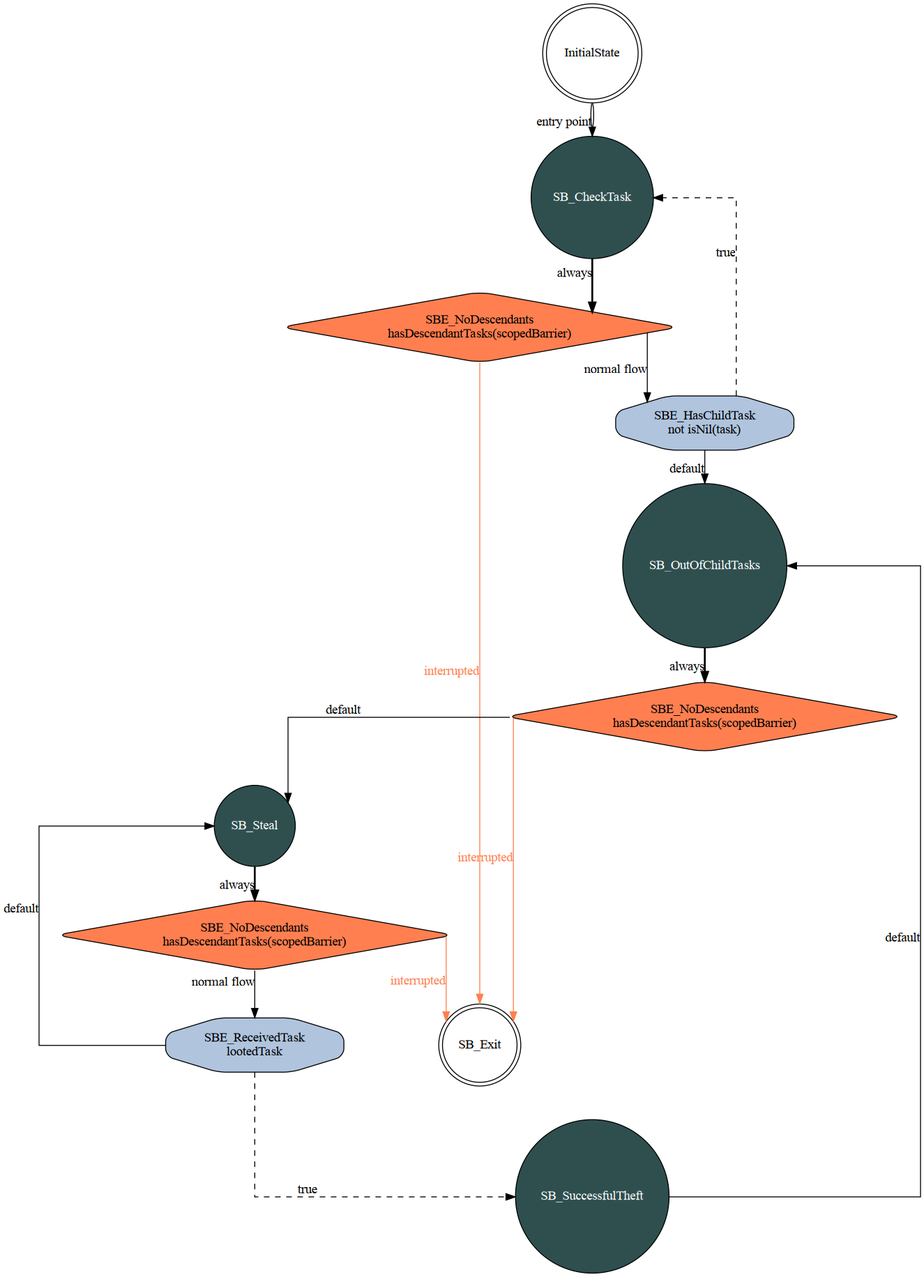
Before: weave/state_machines/sync_scope.png, a diagram exported from Graphviz (mratsim/weave). Its source is kept beside it as weave/state_machines/sync_scope.dot. Its diagram source:
```dot
digraph syncScopeFSA{
    splines=ortho;
    node [shape = doublecircle]; InitialState SB_Exit;
    node [shape = circle, fontcolor=white, fillcolor=darkslategrey, style="filled"]; SB_CheckTask SB_Steal SB_SuccessfulTheft SB_OutOfChildTasks;
    InitialState -> SB_CheckTask [color="black:invis:black", xlabel="entry point"];
    node [shape = octagon, fontcolor=black, fillcolor=lightsteelblue, style="rounded,filled"]; SB_CheckTask_SBE_HasChildTask SB_Steal_SBE_ReceivedTask ;
    node [shape = diamond, fontcolor=black, fillcolor=coral, style="rounded,filled"]; SB_CheckTask_SBE_NoDescendants SB_Steal_SBE_NoDescendants SB_OutOfChildTasks_SBE_NoDescendants ;
    SB_CheckTask_SBE_HasChildTask [label="SBE_HasChildTask\nnot isNil(task)"];
    SB_Steal_SBE_ReceivedTask [label="SBE_ReceivedTask\nlootedTask"];
    SB_CheckTask_SBE_NoDescendants [label="SBE_NoDescendants\nhasDescendantTasks(scopedBarrier)"];
    SB_Steal_SBE_NoDescendants [label="SBE_NoDescendants\nhasDescendantTasks(scopedBarrier)"];
    SB_OutOfChildTasks_SBE_NoDescendants [label="SBE_NoDescendants\nhasDescendantTasks(scopedBarrier)"];
    SB_CheckTask -> SB_CheckTask_SBE_NoDescendants[style=bold, xlabel="always"];
    SB_CheckTask_SBE_NoDescendants -> SB_Exit [color="coral", fontcolor="coral", xlabel="interrupted"];
    SB_CheckTask_SBE_NoDescendants -> SB_CheckTask_SBE_HasChildTask[xlabel="normal flow"];
    SB_CheckTask_SBE_HasChildTask -> SB_CheckTask [style=dashed, xlabel="true"];
    SB_CheckTask_SBE_HasChildTask -> SB_OutOfChildTasks [xlabel="default"];
    SB_Steal -> SB_Steal_SBE_NoDescendants[style=bold, xlabel="always"];
    SB_Steal_SBE_NoDescendants -> SB_Exit [color="coral", fontcolor="coral", xlabel="interrupted"];
    SB_Steal_SBE_NoDescendants -> SB_Steal_SBE_ReceivedTask[xlabel="normal flow"];
    SB_Steal_SBE_ReceivedTask -> SB_SuccessfulTheft [style=dashed, xlabel="true"];
    SB_Steal_SBE_ReceivedTask -> SB_Steal [xlabel="default"];
    SB_SuccessfulTheft -> SB_OutOfChildTasks [xlabel="default"];
    SB_OutOfChildTasks -> SB_OutOfChildTasks_SBE_NoDescendants[style=bold, xlabel="always"];
    SB_OutOfChildTasks_SBE_NoDescendants -> SB_Exit [color="coral", fontcolor="coral", xlabel="interrupted"];
    SB_OutOfChildTasks_SBE_NoDescendants -> SB_Steal [xlabel="default"];
}
```
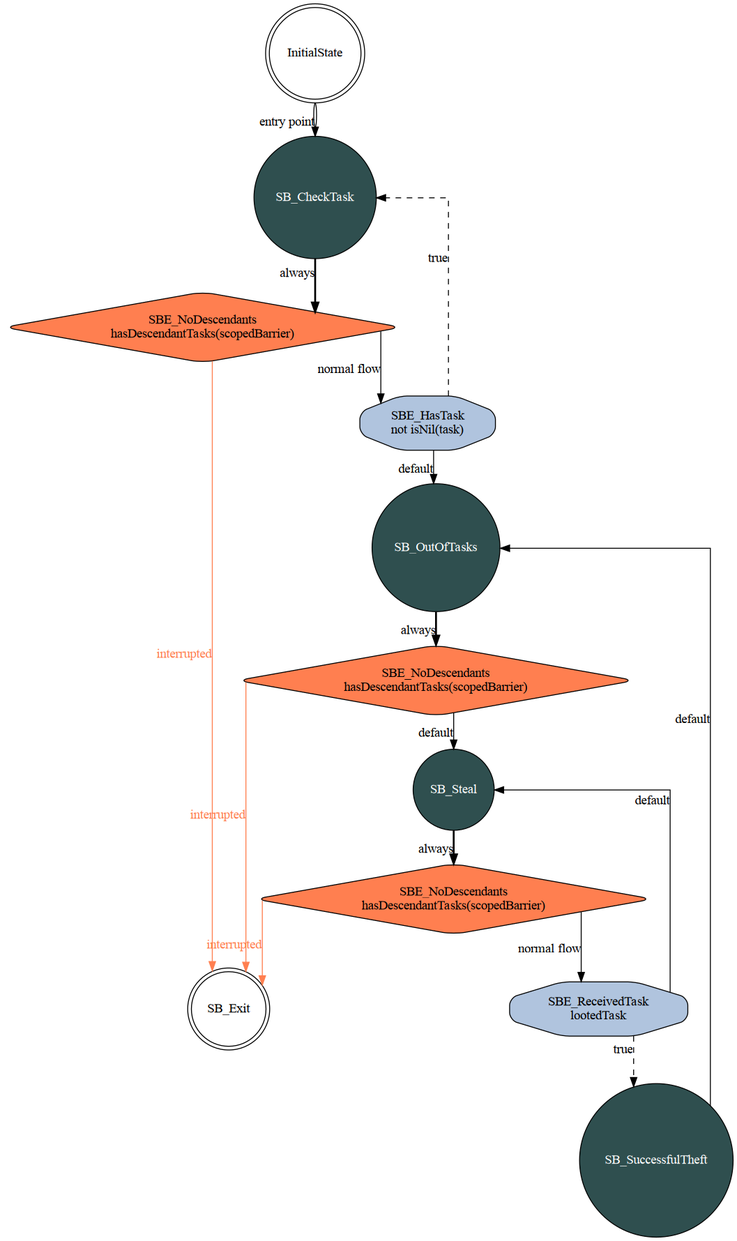
After the commit.

The edit, as a diff of the source:
```diff
@@ -1,27 +1,27 @@
 digraph syncScopeFSA{
     splines=ortho;
     node [shape = doublecircle]; InitialState SB_Exit;
-    node [shape = circle, fontcolor=white, fillcolor=darkslategrey, style="filled"]; SB_CheckTask SB_Steal SB_SuccessfulTheft SB_OutOfChildTasks;
+    node [shape = circle, fontcolor=white, fillcolor=darkslategrey, style="filled"]; SB_OutOfTasks SB_CheckTask SB_Steal SB_SuccessfulTheft;
     InitialState -> SB_CheckTask [color="black:invis:black", xlabel="entry point"];
-    node [shape = octagon, fontcolor=black, fillcolor=lightsteelblue, style="rounded,filled"]; SB_CheckTask_SBE_HasChildTask SB_Steal_SBE_ReceivedTask ;
-    node [shape = diamond, fontcolor=black, fillcolor=coral, style="rounded,filled"]; SB_CheckTask_SBE_NoDescendants SB_Steal_SBE_NoDescendants SB_OutOfChildTasks_SBE_NoDescendants ;
-    SB_CheckTask_SBE_HasChildTask [label="SBE_HasChildTask\nnot isNil(task)"];
+    node [shape = octagon, fontcolor=black, fillcolor=lightsteelblue, style="rounded,filled"]; SB_CheckTask_SBE_HasTask SB_Steal_SBE_ReceivedTask ;
+    node [shape = diamond, fontcolor=black, fillcolor=coral, style="rounded,filled"]; SB_OutOfTasks_SBE_NoDescendants SB_CheckTask_SBE_NoDescendants SB_Steal_SBE_NoDescendants ;
+    SB_CheckTask_SBE_HasTask [label="SBE_HasTask\nnot isNil(task)"];
     SB_Steal_SBE_ReceivedTask [label="SBE_ReceivedTask\nlootedTask"];
+    SB_OutOfTasks_SBE_NoDescendants [label="SBE_NoDescendants\nhasDescendantTasks(scopedBarrier)"];
     SB_CheckTask_SBE_NoDescendants [label="SBE_NoDescendants\nhasDescendantTasks(scopedBarrier)"];
     SB_Steal_SBE_NoDescendants [label="SBE_NoDescendants\nhasDescendantTasks(scopedBarrier)"];
-    SB_OutOfChildTasks_SBE_NoDescendants [label="SBE_NoDescendants\nhasDescendantTasks(scopedBarrier)"];
+    SB_OutOfTasks -> SB_OutOfTasks_SBE_NoDescendants[style=bold, xlabel="always"];
+    SB_OutOfTasks_SBE_NoDescendants -> SB_Exit [color="coral", fontcolor="coral", xlabel="interrupted"];
+    SB_OutOfTasks_SBE_NoDescendants -> SB_Steal [xlabel="default"];
     SB_CheckTask -> SB_CheckTask_SBE_NoDescendants[style=bold, xlabel="always"];
     SB_CheckTask_SBE_NoDescendants -> SB_Exit [color="coral", fontcolor="coral", xlabel="interrupted"];
-    SB_CheckTask_SBE_NoDescendants -> SB_CheckTask_SBE_HasChildTask[xlabel="normal flow"];
-    SB_CheckTask_SBE_HasChildTask -> SB_CheckTask [style=dashed, xlabel="true"];
-    SB_CheckTask_SBE_HasChildTask -> SB_OutOfChildTasks [xlabel="default"];
+    SB_CheckTask_SBE_NoDescendants -> SB_CheckTask_SBE_HasTask[xlabel="normal flow"];
+    SB_CheckTask_SBE_HasTask -> SB_CheckTask [style=dashed, xlabel="true"];
+    SB_CheckTask_SBE_HasTask -> SB_OutOfTasks [xlabel="default"];
     SB_Steal -> SB_Steal_SBE_NoDescendants[style=bold, xlabel="always"];
     SB_Steal_SBE_NoDescendants -> SB_Exit [color="coral", fontcolor="coral", xlabel="interrupted"];
     SB_Steal_SBE_NoDescendants -> SB_Steal_SBE_ReceivedTask[xlabel="normal flow"];
     SB_Steal_SBE_ReceivedTask -> SB_SuccessfulTheft [style=dashed, xlabel="true"];
     SB_Steal_SBE_ReceivedTask -> SB_Steal [xlabel="default"];
-    SB_SuccessfulTheft -> SB_OutOfChildTasks [xlabel="default"];
-    SB_OutOfChildTasks -> SB_OutOfChildTasks_SBE_NoDescendants[style=bold, xlabel="always"];
-    SB_OutOfChildTasks_SBE_NoDescendants -> SB_Exit [color="coral", fontcolor="coral", xlabel="interrupted"];
-    SB_OutOfChildTasks_SBE_NoDescendants -> SB_Steal [xlabel="default"];
+    SB_SuccessfulTheft -> SB_OutOfTasks [xlabel="default"];
 }
```
